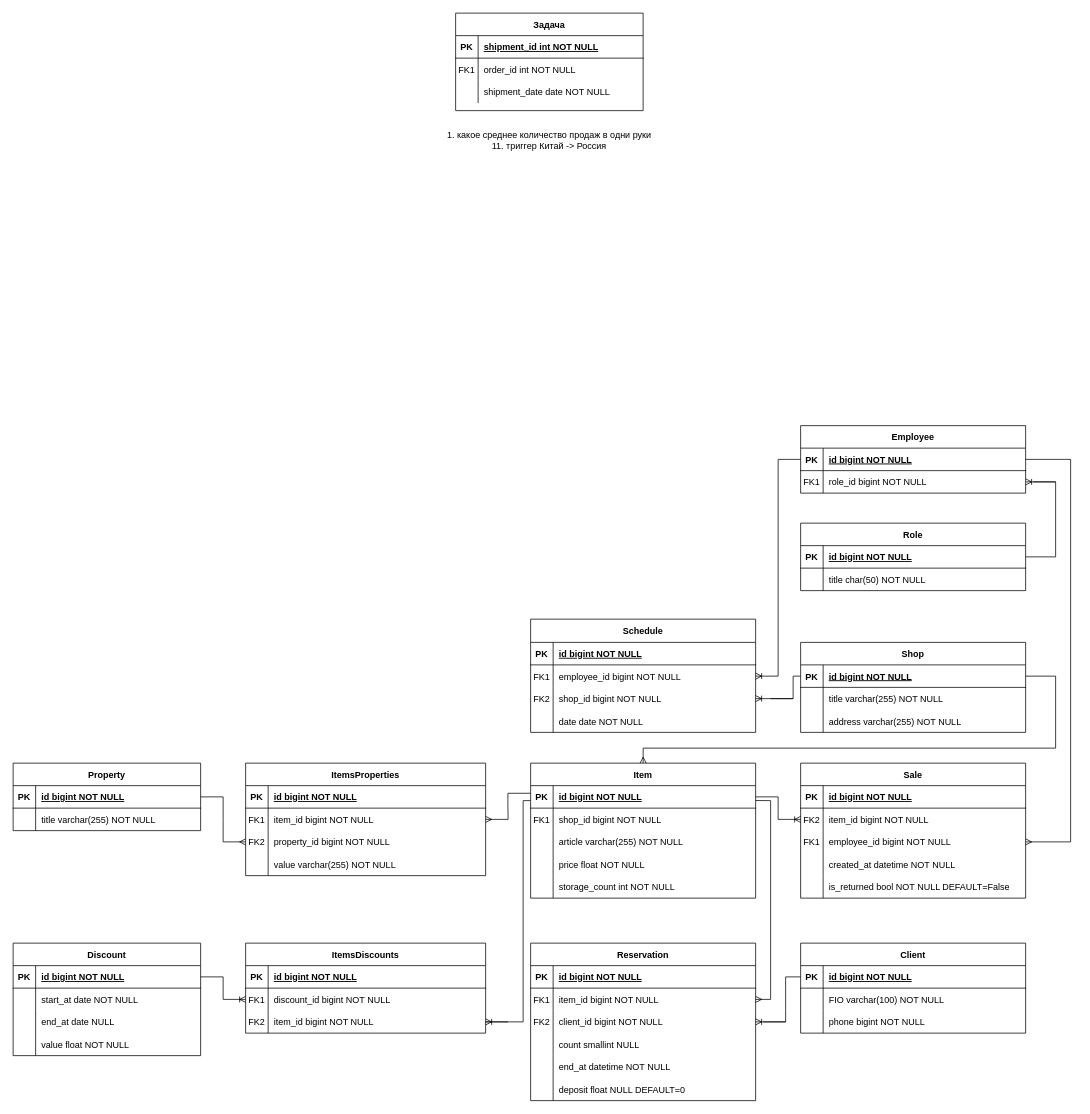
This is диаграммы баз данных/магазин обуви/физическая.drawio from DogNellaf/shoe-store, a draw.io file, before an edit. Source tidied: cells renumbered, new cells numbered last; positions are measured from the earlier drawing's top-left corner, leaving out a move shared by most shapes. Both pictures are drawn from the tidied source at 75%, with x=0, y=0 at pixel (13, 13).
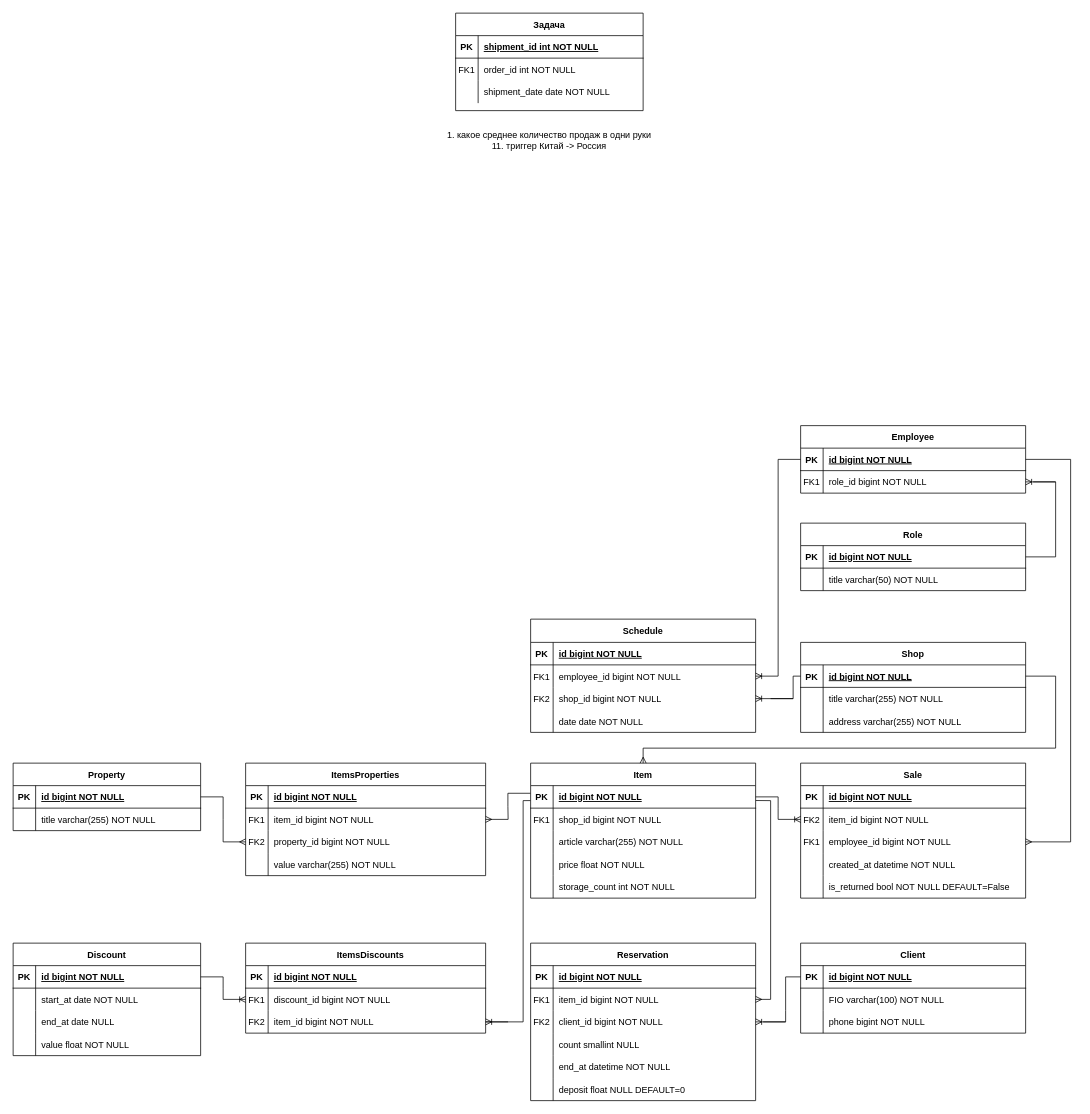
Above is the later version.

Unchanged cells that the change refers to:
```xml
<mxCell id="23" style="shape=partialRectangle;fillColor=none;top=0;left=0;right=0;bottom=0;" parent="19" vertex="1">
  <mxGeometry y="60" width="300" height="30" as="geometry" />
</mxCell>
```

The edit, as a diff of the source:
```diff
@@
-    <mxCell id="25" value="title char(50) NOT NULL" style="shape=partialRectangle;overflow=hidden;fillColor=none;top=0;left=0;bottom=0;right=0;align=left;spacingLeft=6;" parent="23" vertex="1">
+    <mxCell id="25" value="title varchar(50) NOT NULL" style="shape=partialRectangle;overflow=hidden;fillColor=none;top=0;left=0;bottom=0;right=0;align=left;spacingLeft=6;" parent="23" vertex="1">
       <mxGeometry x="30" width="270" height="30" as="geometry" />
     </mxCell>
@@
-    <mxCell id="119" value="ItemsDiscounts" style="shape=table;startSize=30;childLayout=tableLayout;rowLines=0;fontStyle=1;align=center;" parent="1" vertex="1">
+    <mxCell id="119" value="    ItemsDiscounts" style="shape=table;startSize=30;childLayout=tableLayout;rowLines=0;fontStyle=1;align=center;" parent="1" vertex="1">
       <mxGeometry x="310" y="1240" width="320" height="120" as="geometry" />
     </mxCell>
```
